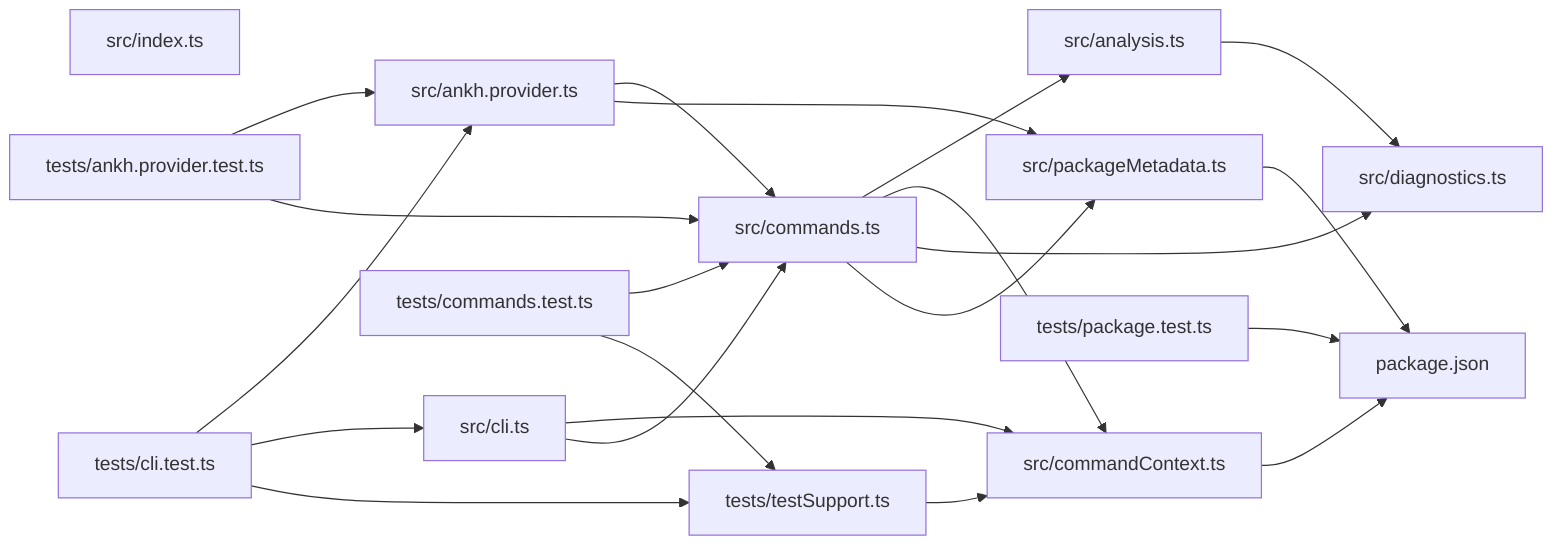
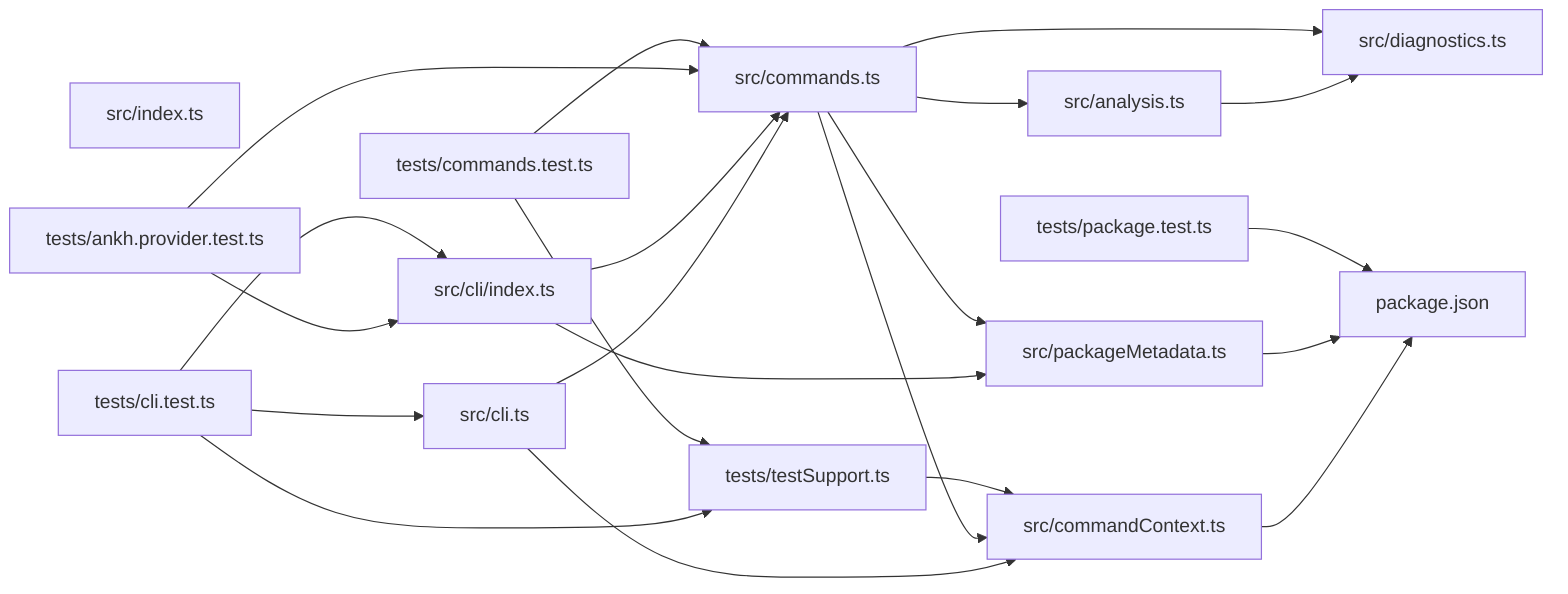
graph LR
  module_package_json["package.json"]
  module_src_analysis_ts["src/analysis.ts"]
-   module_src_ankh_provider_ts["src/ankh.provider.ts"]
  module_src_cli_ts["src/cli.ts"]
+   module_src_cli_index_ts["src/cli/index.ts"]
  module_src_commandContext_ts["src/commandContext.ts"]
  module_src_commands_ts["src/commands.ts"]
  module_src_diagnostics_ts["src/diagnostics.ts"]
  module_src_index_ts["src/index.ts"]
  module_src_packageMetadata_ts["src/packageMetadata.ts"]
  module_tests_ankh_provider_test_ts["tests/ankh.provider.test.ts"]
  module_tests_cli_test_ts["tests/cli.test.ts"]
  module_tests_commands_test_ts["tests/commands.test.ts"]
  module_tests_package_test_ts["tests/package.test.ts"]
  module_tests_testSupport_ts["tests/testSupport.ts"]
  module_src_analysis_ts --> module_src_diagnostics_ts
-   module_src_ankh_provider_ts --> module_src_commands_ts
-   module_src_ankh_provider_ts --> module_src_packageMetadata_ts
  module_src_cli_ts --> module_src_commandContext_ts
  module_src_cli_ts --> module_src_commands_ts
+   module_src_cli_index_ts --> module_src_commands_ts
+   module_src_cli_index_ts --> module_src_packageMetadata_ts
  module_src_commandContext_ts --> module_package_json
  module_src_commands_ts --> module_src_analysis_ts
  module_src_commands_ts --> module_src_commandContext_ts
  module_src_commands_ts --> module_src_diagnostics_ts
  module_src_commands_ts --> module_src_packageMetadata_ts
  module_src_packageMetadata_ts --> module_package_json
-   module_tests_ankh_provider_test_ts --> module_src_ankh_provider_ts
+   module_tests_ankh_provider_test_ts --> module_src_cli_index_ts
  module_tests_ankh_provider_test_ts --> module_src_commands_ts
-   module_tests_cli_test_ts --> module_src_ankh_provider_ts
  module_tests_cli_test_ts --> module_src_cli_ts
+   module_tests_cli_test_ts --> module_src_cli_index_ts
  module_tests_cli_test_ts --> module_tests_testSupport_ts
  module_tests_commands_test_ts --> module_src_commands_ts
  module_tests_commands_test_ts --> module_tests_testSupport_ts
  module_tests_package_test_ts --> module_package_json
  module_tests_testSupport_ts --> module_src_commandContext_ts
